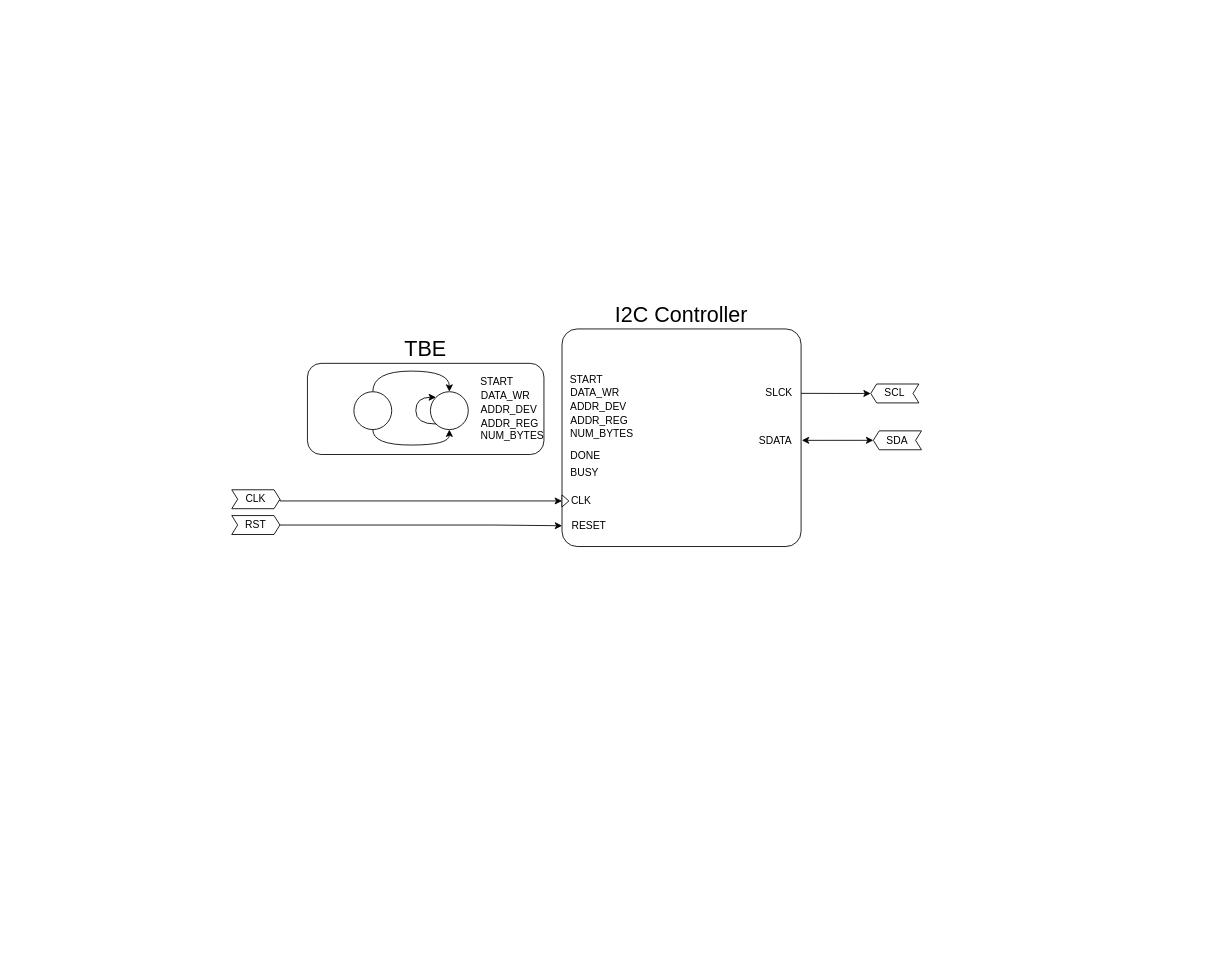
Before: page "TOP" (2 of 5) of projects/vicon_cmgj/diagram/vicon.drawio in carlosmgj/VICON, a draw.io diagram. Source tidied: cells renumbered, new cells numbered last; positions are measured from the earlier drawing's top-left corner, leaving out a move shared by most shapes. Both pictures are drawn from the tidied source at 86%, with x=0, y=0 at pixel (231, 329).
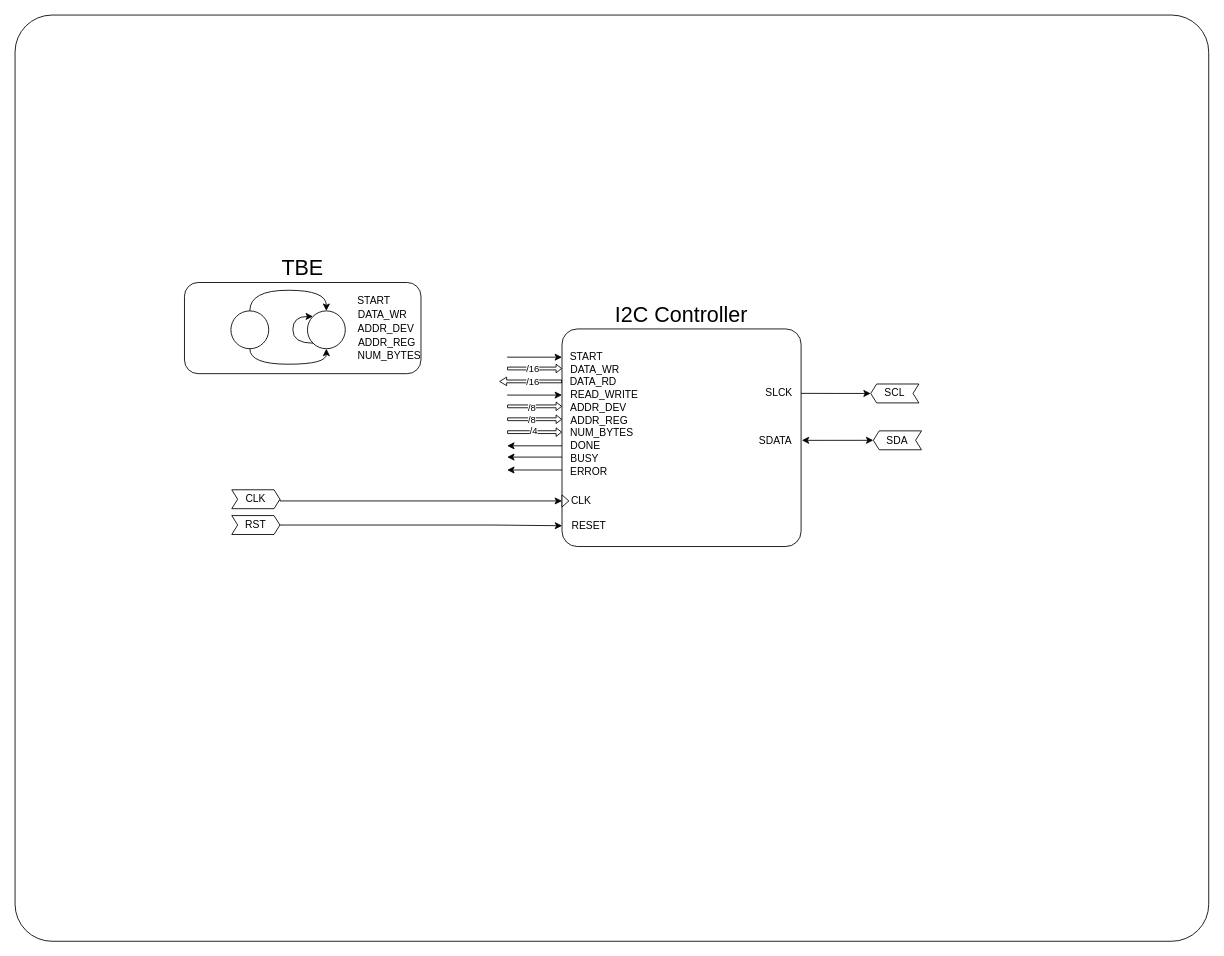
After the change.

Change to the diagram source:
```diff
@@
-<mxGraphModel>
+<mxGraphModel background="#ffffff">
@@
+    <mxCell id="36" style="rounded=1;whiteSpace=wrap;html=1;arcSize=4;" parent="1" vertex="1">
+      <mxGeometry x="-252" y="-365" width="1388" height="1077" as="geometry" />
+    </mxCell>
@@
     <mxCell id="5" value="START" style="text;html=1;align=center;verticalAlign=middle;strokeColor=none;fillColor=none;labelBackgroundColor=none;" parent="1" vertex="1">
-      <mxGeometry x="384" y="46" width="56" height="26" as="geometry" />
+      <mxGeometry x="384" y="20" width="56" height="26" as="geometry" />
     </mxCell>
     <mxCell id="6" value="NUM_BYTES" style="text;html=1;align=center;verticalAlign=middle;strokeColor=none;fillColor=none;labelBackgroundColor=none;" parent="1" vertex="1">
-      <mxGeometry x="384" y="109" width="91" height="26" as="geometry" />
+      <mxGeometry x="384" y="108" width="91" height="26" as="geometry" />
     </mxCell>
@@
     <mxCell id="8" value="ADDR_DEV" style="text;html=1;align=center;verticalAlign=middle;strokeColor=none;fillColor=none;labelBackgroundColor=none;" parent="1" vertex="1">
-      <mxGeometry x="384" y="78" width="83" height="26" as="geometry" />
+      <mxGeometry x="384" y="79" width="83" height="26" as="geometry" />
     </mxCell>
+    <mxCell id="37" style="edgeStyle=orthogonalEdgeStyle;rounded=0;orthogonalLoop=1;jettySize=auto;html=1;startArrow=classic;startFill=1;endArrow=none;endFill=0;" parent="1" edge="1">
+      <mxGeometry relative="1" as="geometry">
+        <mxPoint x="384" y="32.8" as="sourcePoint" />
+        <mxPoint x="320.2" y="32.8" as="targetPoint" />
+      </mxGeometry>
+    </mxCell>
     <mxCell id="9" value="DATA_WR" style="text;html=1;align=center;verticalAlign=middle;strokeColor=none;fillColor=none;labelBackgroundColor=none;" parent="1" vertex="1">
-      <mxGeometry x="384" y="62" width="75" height="26" as="geometry" />
+      <mxGeometry x="384" y="35" width="75" height="26" as="geometry" />
     </mxCell>
     <mxCell id="10" value="BUSY" style="text;html=1;align=center;verticalAlign=middle;strokeColor=none;fillColor=none;labelBackgroundColor=none;" parent="1" vertex="1">
-      <mxGeometry x="384" y="155" width="51" height="26" as="geometry" />
+      <mxGeometry x="384" y="138" width="51" height="26" as="geometry" />
     </mxCell>
@@
     <mxCell id="14" value="DONE" style="text;html=1;align=center;verticalAlign=middle;strokeColor=none;fillColor=none;labelBackgroundColor=none;" parent="1" vertex="1">
-      <mxGeometry x="384" y="135" width="53" height="26" as="geometry" />
+      <mxGeometry x="384" y="123" width="53" height="26" as="geometry" />
     </mxCell>
@@
     <mxCell id="23" style="group;labelBackgroundColor=none;" parent="1" vertex="1">
-      <mxGeometry x="88" y="40" width="280" height="106" as="geometry" />
+      <mxGeometry x="-55" y="-54" width="280" height="106" as="geometry" />
     </mxCell>
@@
+    <mxCell id="38" value="DATA_RD" style="text;html=1;align=center;verticalAlign=middle;strokeColor=none;fillColor=none;labelBackgroundColor=none;" parent="1" vertex="1">
+      <mxGeometry x="384" y="49" width="72" height="26" as="geometry" />
+    </mxCell>
+    <mxCell id="39" value="READ_WRITE" style="text;html=1;align=center;verticalAlign=middle;strokeColor=none;fillColor=none;labelBackgroundColor=none;" parent="1" vertex="1">
+      <mxGeometry x="384" y="64" width="97" height="26" as="geometry" />
+    </mxCell>
+    <mxCell id="40" value="ERROR" style="text;html=1;align=center;verticalAlign=middle;strokeColor=none;fillColor=none;labelBackgroundColor=none;" parent="1" vertex="1">
+      <mxGeometry x="384" y="152.5" width="61" height="26" as="geometry" />
+    </mxCell>
+    <mxCell id="41" style="edgeStyle=orthogonalEdgeStyle;rounded=0;orthogonalLoop=1;jettySize=auto;html=1;startArrow=block;startFill=0;endArrow=none;endFill=0;shape=flexArrow;width=3.269230769230769;startSize=1.7826923076923076;startWidth=5.717455621301775;endWidth=5.717455621301775;endSize=2.371153846153846;" parent="1" edge="1">
+      <mxGeometry relative="1" as="geometry">
+        <mxPoint x="384" y="46" as="sourcePoint" />
+        <mxPoint x="320.2" y="46" as="targetPoint" />
+      </mxGeometry>
+    </mxCell>
+    <mxCell id="42" value="/16" style="edgeLabel;html=1;align=center;verticalAlign=middle;" parent="41" vertex="1">
+      <mxGeometry x="0.11" relative="1" as="geometry" />
+    </mxCell>
+    <mxCell id="43" style="edgeStyle=orthogonalEdgeStyle;rounded=0;orthogonalLoop=1;jettySize=auto;html=1;startArrow=none;startFill=0;endArrow=block;endFill=0;shape=flexArrow;width=3.269230769230769;startSize=1.7826923076923076;startWidth=5.717455621301775;endWidth=5.717455621301775;endSize=2.371153846153846;" parent="1" edge="1">
+      <mxGeometry relative="1" as="geometry">
+        <mxPoint x="384" y="61" as="sourcePoint" />
+        <mxPoint x="311" y="61" as="targetPoint" />
+      </mxGeometry>
+    </mxCell>
+    <mxCell id="44" value="/16" style="edgeLabel;html=1;align=center;verticalAlign=middle;" parent="43" vertex="1">
+      <mxGeometry x="-0.03" relative="1" as="geometry" />
+    </mxCell>
+    <mxCell id="45" style="edgeStyle=orthogonalEdgeStyle;rounded=0;orthogonalLoop=1;jettySize=auto;html=1;startArrow=classic;startFill=1;endArrow=none;endFill=0;" parent="1" edge="1">
+      <mxGeometry relative="1" as="geometry">
+        <mxPoint x="384" y="76.9" as="sourcePoint" />
+        <mxPoint x="320.2" y="76.9" as="targetPoint" />
+      </mxGeometry>
+    </mxCell>
+    <mxCell id="46" style="edgeStyle=orthogonalEdgeStyle;rounded=0;orthogonalLoop=1;jettySize=auto;html=1;startArrow=block;startFill=0;endArrow=none;endFill=0;shape=flexArrow;width=3.269230769230769;startSize=1.7826923076923076;startWidth=5.717455621301775;endWidth=5.717455621301775;endSize=2.371153846153846;" parent="1" edge="1">
+      <mxGeometry relative="1" as="geometry">
+        <mxPoint x="384" y="90" as="sourcePoint" />
+        <mxPoint x="320.2" y="90" as="targetPoint" />
+      </mxGeometry>
+    </mxCell>
+    <mxCell id="47" value="/8" style="edgeLabel;html=1;align=center;verticalAlign=middle;" parent="46" vertex="1">
+      <mxGeometry x="0.12" y="1" relative="1" as="geometry" />
+    </mxCell>
+    <mxCell id="48" style="edgeStyle=orthogonalEdgeStyle;rounded=0;orthogonalLoop=1;jettySize=auto;html=1;startArrow=block;startFill=0;endArrow=none;endFill=0;shape=flexArrow;width=3.269230769230769;startSize=1.7826923076923076;startWidth=5.717455621301775;endWidth=5.717455621301775;endSize=2.371153846153846;" parent="1" edge="1">
+      <mxGeometry relative="1" as="geometry">
+        <mxPoint x="384" y="105" as="sourcePoint" />
+        <mxPoint x="320.2" y="105" as="targetPoint" />
+      </mxGeometry>
+    </mxCell>
+    <mxCell id="49" value="/8" style="edgeLabel;html=1;align=center;verticalAlign=middle;" parent="48" vertex="1">
+      <mxGeometry x="0.18" relative="1" as="geometry">
+        <mxPoint x="2" as="offset" />
+      </mxGeometry>
+    </mxCell>
+    <mxCell id="50" style="edgeStyle=orthogonalEdgeStyle;rounded=0;orthogonalLoop=1;jettySize=auto;html=1;startArrow=block;startFill=0;endArrow=none;endFill=0;shape=flexArrow;width=3.269230769230769;startSize=1.7826923076923076;startWidth=5.717455621301775;endWidth=5.717455621301775;endSize=2.371153846153846;" parent="1" edge="1">
+      <mxGeometry relative="1" as="geometry">
+        <mxPoint x="384" y="120" as="sourcePoint" />
+        <mxPoint x="320.2" y="120" as="targetPoint" />
+      </mxGeometry>
+    </mxCell>
+    <mxCell id="51" value="/4" style="edgeLabel;html=1;align=center;verticalAlign=middle;" parent="50" vertex="1">
+      <mxGeometry x="0.07" y="-2" relative="1" as="geometry" />
+    </mxCell>
+    <mxCell id="52" style="edgeStyle=orthogonalEdgeStyle;rounded=0;orthogonalLoop=1;jettySize=auto;html=1;startArrow=none;startFill=0;endArrow=classic;endFill=1;" parent="1" edge="1">
+      <mxGeometry relative="1" as="geometry">
+        <mxPoint x="384" y="135.9" as="sourcePoint" />
+        <mxPoint x="320.2" y="135.9" as="targetPoint" />
+      </mxGeometry>
+    </mxCell>
+    <mxCell id="53" style="edgeStyle=orthogonalEdgeStyle;rounded=0;orthogonalLoop=1;jettySize=auto;html=1;startArrow=none;startFill=0;endArrow=classic;endFill=1;" parent="1" edge="1">
+      <mxGeometry relative="1" as="geometry">
+        <mxPoint x="384" y="149" as="sourcePoint" />
+        <mxPoint x="320.2" y="149" as="targetPoint" />
+      </mxGeometry>
+    </mxCell>
+    <mxCell id="54" style="edgeStyle=orthogonalEdgeStyle;rounded=0;orthogonalLoop=1;jettySize=auto;html=1;startArrow=none;startFill=0;endArrow=classic;endFill=1;" parent="1" edge="1">
+      <mxGeometry relative="1" as="geometry">
+        <mxPoint x="384" y="164" as="sourcePoint" />
+        <mxPoint x="320.2" y="164" as="targetPoint" />
+      </mxGeometry>
+    </mxCell>
```
